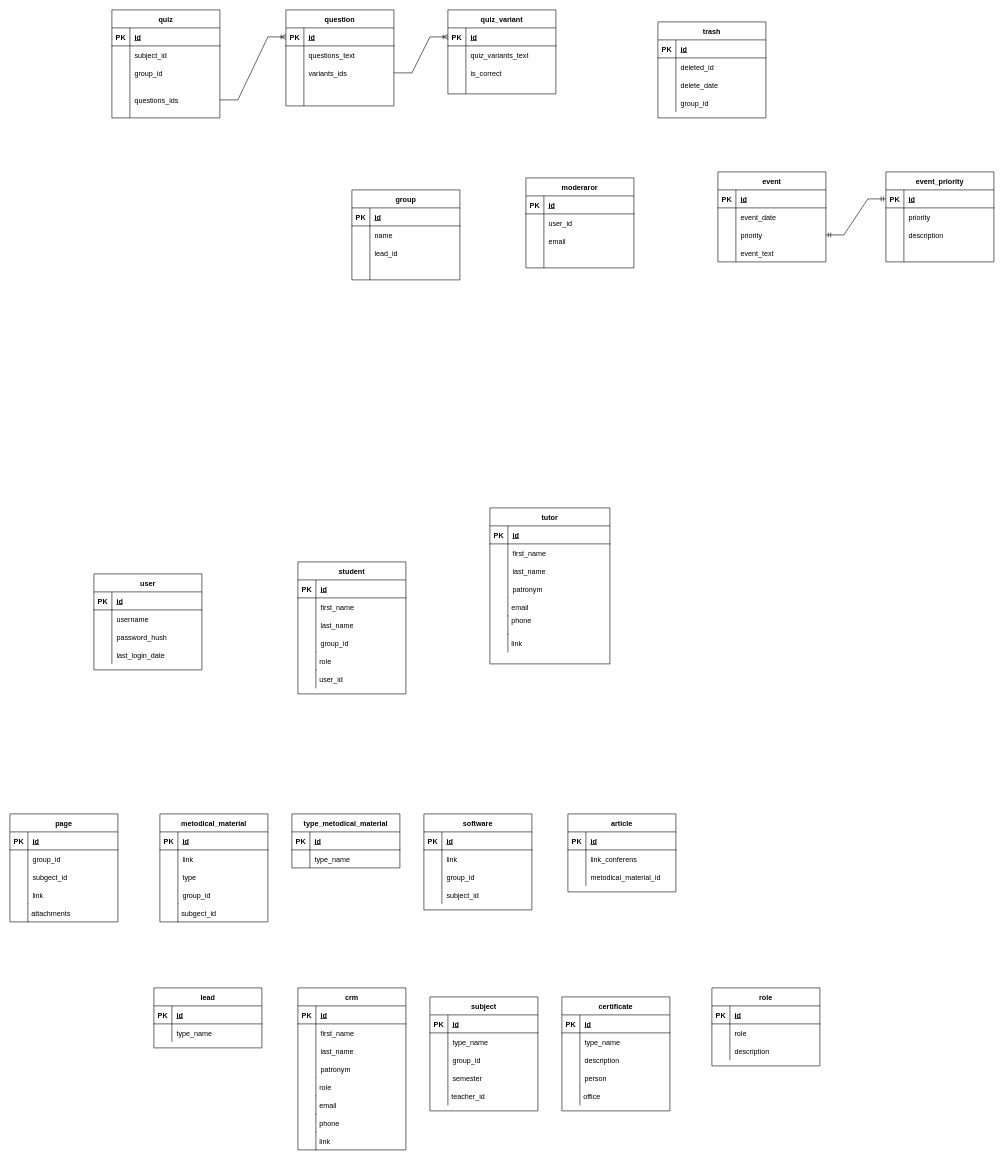
This is Untitled Diagram.drawio from student-archive/backend, a draw.io file, before an edit. Source tidied: cells renumbered, new cells numbered last; positions are measured from the earlier drawing's top-left corner, leaving out a move shared by most shapes. Both pictures are drawn from the tidied source at 60%, with x=0, y=0 at pixel (10, 10).
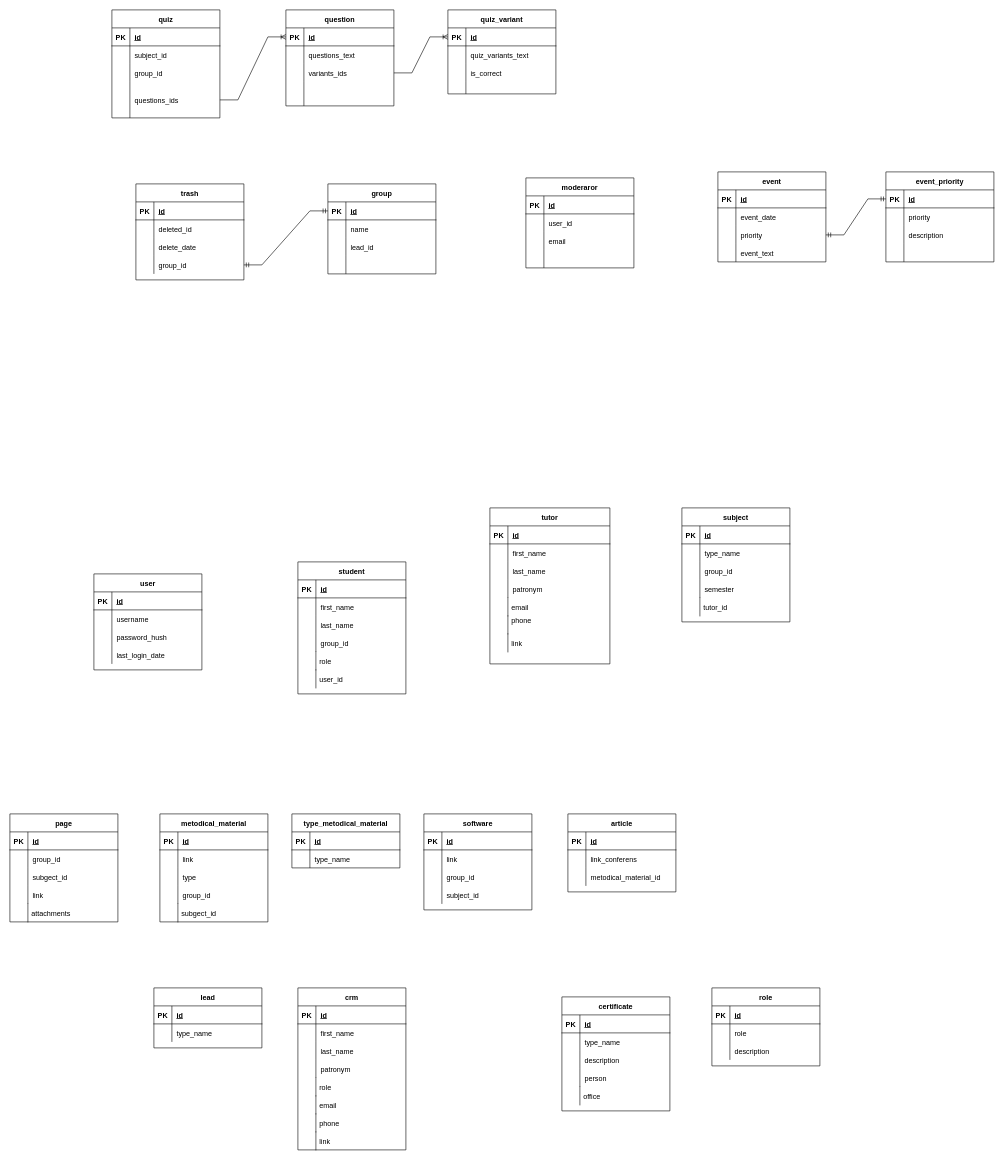
The same page after the edit.

Commit message:
fix(databases): rename field

The change refers to these unchanged cells:
```xml
<mxCell id="51" style="shape=tableRow;horizontal=0;startSize=0;swimlaneHead=0;swimlaneBody=0;fillColor=none;points=[[0,0.5],[1,0.5]];portConstraint=eastwest;top=0;left=0;right=0;bottom=0;" parent="41" vertex="1">
  <mxGeometry y="120" width="180" height="30" as="geometry" />
</mxCell>
<mxCell id="131" style="shape=tableRow;horizontal=0;startSize=0;swimlaneHead=0;swimlaneBody=0;fillColor=none;points=[[0,0.5],[1,0.5]];portConstraint=eastwest;top=0;left=0;right=0;bottom=1;" parent="130" vertex="1">
  <mxGeometry y="30" width="180" height="30" as="geometry" />
</mxCell>
```

The edit, as a diff of the source:
```diff
@@
     <mxCell id="41" value="trash" style="shape=table;startSize=30;childLayout=tableLayout;rowLines=0;fontStyle=1;align=center;" parent="1" vertex="1">
-      <mxGeometry x="1080" y="20" width="180" height="160" as="geometry" />
+      <mxGeometry x="210" y="290" width="180" height="160" as="geometry" />
     </mxCell>
@@
     <mxCell id="130" value="group" style="shape=table;startSize=30;childLayout=tableLayout;rowLines=0;fontStyle=1;align=center;" parent="1" vertex="1">
-      <mxGeometry x="570" y="300" width="180" height="150" as="geometry" />
+      <mxGeometry x="530" y="290" width="180" height="150" as="geometry" />
     </mxCell>
@@
     <mxCell id="222" style="group;" parent="1" vertex="1">
-      <mxGeometry x="700" y="1645" width="180" height="190" as="geometry" />
+      <mxGeometry x="1120" y="830" width="180" height="190" as="geometry" />
     </mxCell>
@@
-    <mxCell id="236" value="teacher_id" style="shape=partialRectangle;fillColor=none;align=left;verticalAlign=middle;strokeColor=none;spacingLeft=34;" parent="222" vertex="1">
+    <mxCell id="236" value="tutor_id" style="shape=partialRectangle;fillColor=none;align=left;verticalAlign=middle;strokeColor=none;spacingLeft=34;" parent="222" vertex="1">
       <mxGeometry y="150" width="90" height="30" as="geometry" />
     </mxCell>
@@
+    <mxCell id="296" style="edgeStyle=entityRelationEdgeStyle;fontSize=12;html=1;endArrow=ERmandOne;startArrow=ERmandOne;rounded=0;entryX=0;entryY=0.5;entryDx=0;entryDy=0;exitX=1;exitY=0.5;exitDx=0;exitDy=0;" parent="1" edge="1" source="51" target="131">
+      <mxGeometry relative="1" as="geometry" />
+    </mxCell>
```
